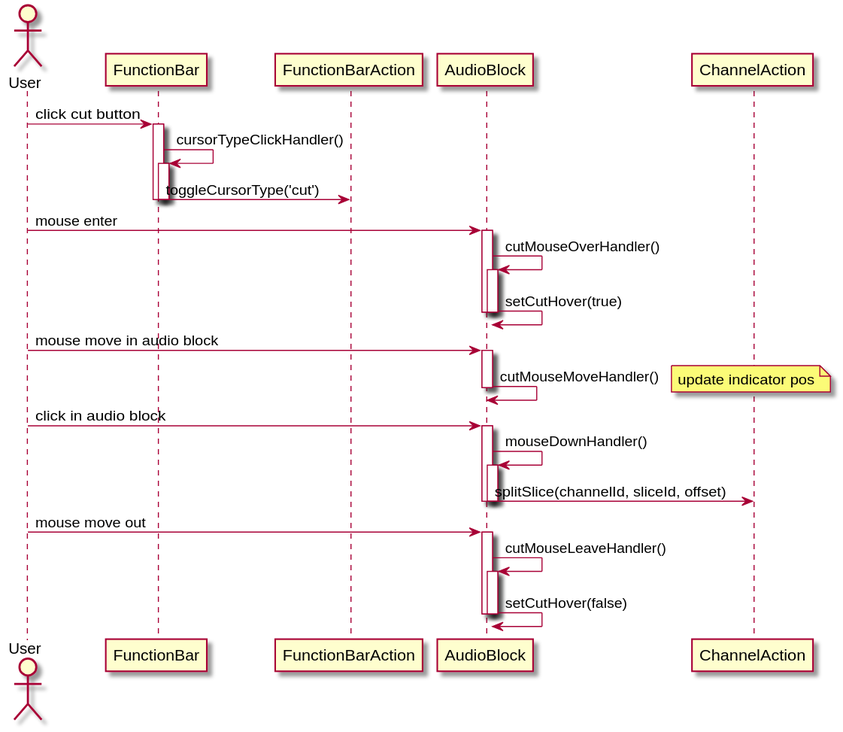
This is out/sequence_diagram/split_slice/split_slice.svg from austudio-team/austudio-uml-graph, a PlantUML export, as it was before one commit. The source it was exported from:
```plantuml
@startuml
actor User

User -> FunctionBar: click cut button
activate FunctionBar
FunctionBar -> FunctionBar: cursorTypeClickHandler()
activate FunctionBar
FunctionBar -> FunctionBarAction: toggleCursorType('cut')
deactivate FunctionBar
deactivate FunctionBar

User -> AudioBlock: mouse enter
activate AudioBlock
AudioBlock -> AudioBlock: cutMouseOverHandler()
activate AudioBlock
AudioBlock -> AudioBlock: setCutHover(true)
deactivate AudioBlock
deactivate AudioBlock

User -> AudioBlock: mouse move in audio block
activate AudioBlock
AudioBlock -> AudioBlock: cutMouseMoveHandler()
note right: update indicator pos
deactivate AudioBlock

User -> AudioBlock: click in audio block
activate AudioBlock
AudioBlock -> AudioBlock: mouseDownHandler()
activate AudioBlock
AudioBlock -> ChannelAction: splitSlice(channelId, sliceId, offset)
deactivate AudioBlock
deactivate AudioBlock

User -> AudioBlock: mouse move out
activate AudioBlock
AudioBlock -> AudioBlock: cutMouseLeaveHandler()
activate AudioBlock
AudioBlock -> AudioBlock: setCutHover(false)
deactivate AudioBlock
deactivate AudioBlock


@enduml
```
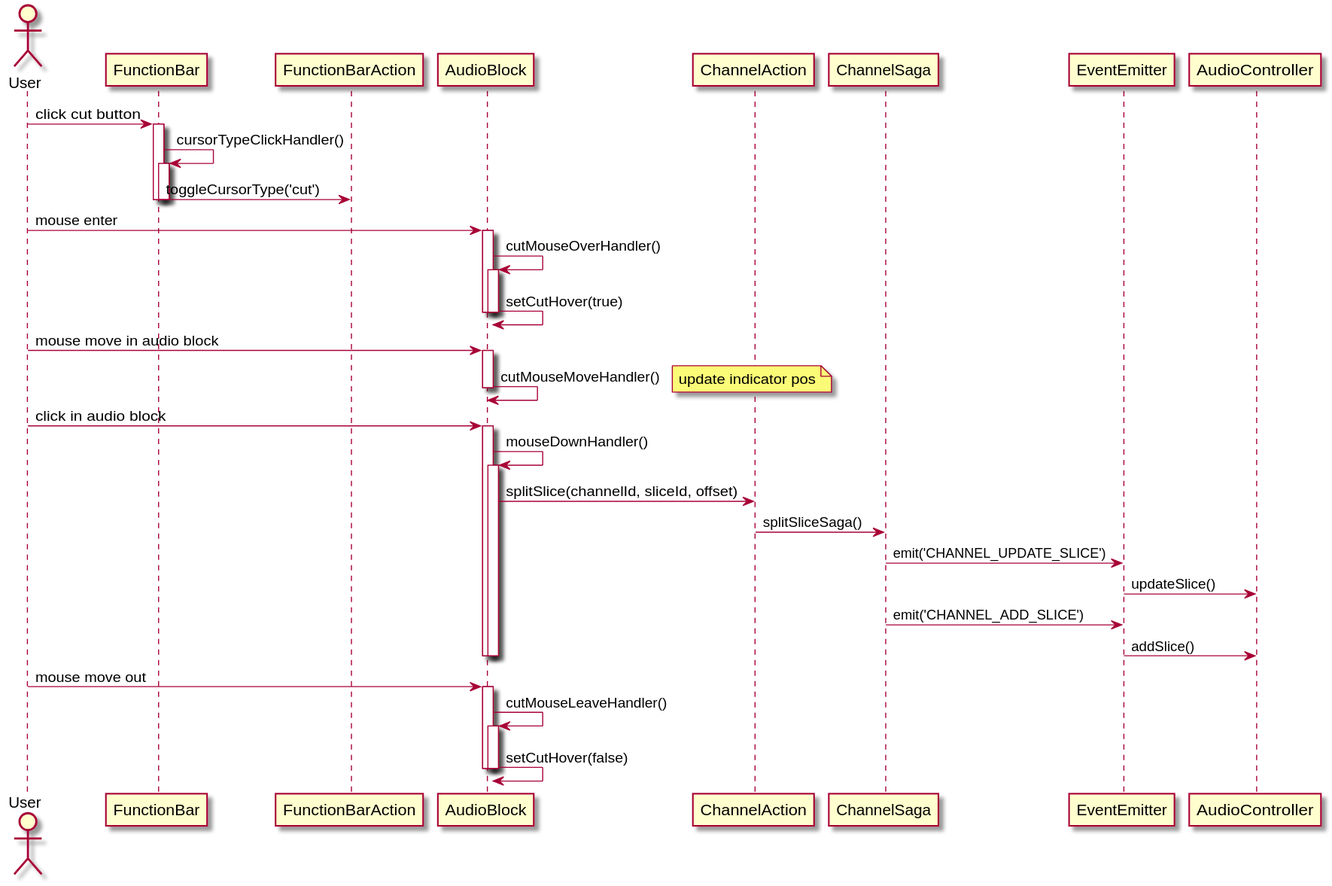
Later version of the same file.

Change to the diagram source:
```diff
@@ -28,6 +28,11 @@
 AudioBlock -> AudioBlock: mouseDownHandler()
 activate AudioBlock
 AudioBlock -> ChannelAction: splitSlice(channelId, sliceId, offset)
+ChannelAction -> ChannelSaga: splitSliceSaga()
+ChannelSaga -> EventEmitter: emit('CHANNEL_UPDATE_SLICE')
+EventEmitter -> AudioController: updateSlice()
+ChannelSaga -> EventEmitter: emit('CHANNEL_ADD_SLICE')
+EventEmitter -> AudioController: addSlice()
 deactivate AudioBlock
 deactivate AudioBlock
 
```
